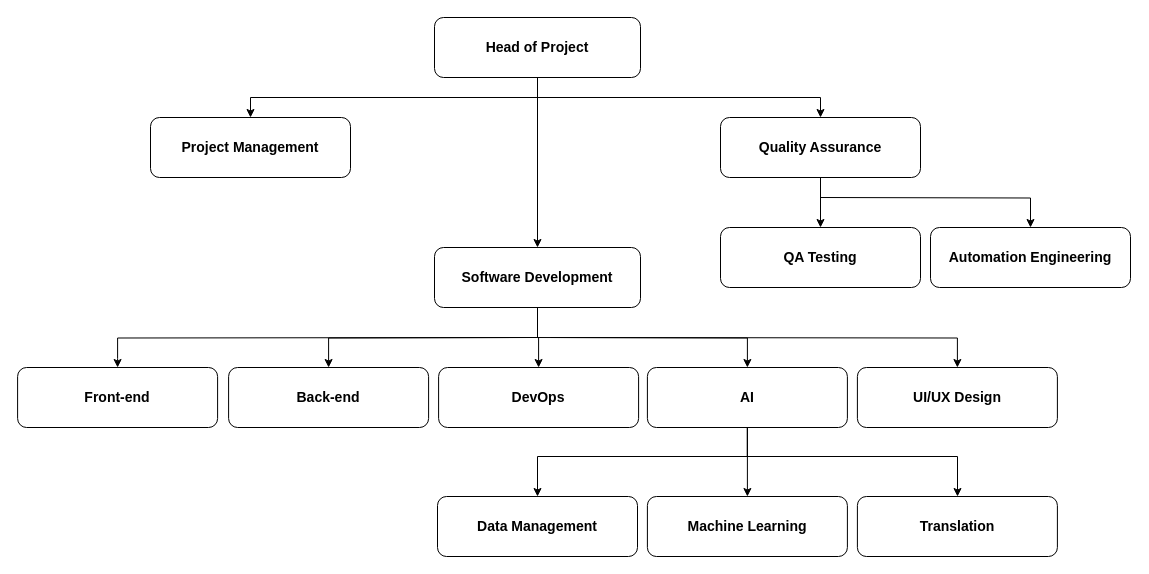
The draw.io diagram pmp.drawio in iirtrtrt/data, before the edit. Source tidied: cells renumbered, new cells numbered last; positions are measured from the earlier drawing's top-left corner, leaving out a move shared by most shapes. Both pictures are drawn from the tidied source at 100%, with x=0, y=0 at pixel (17, 17).
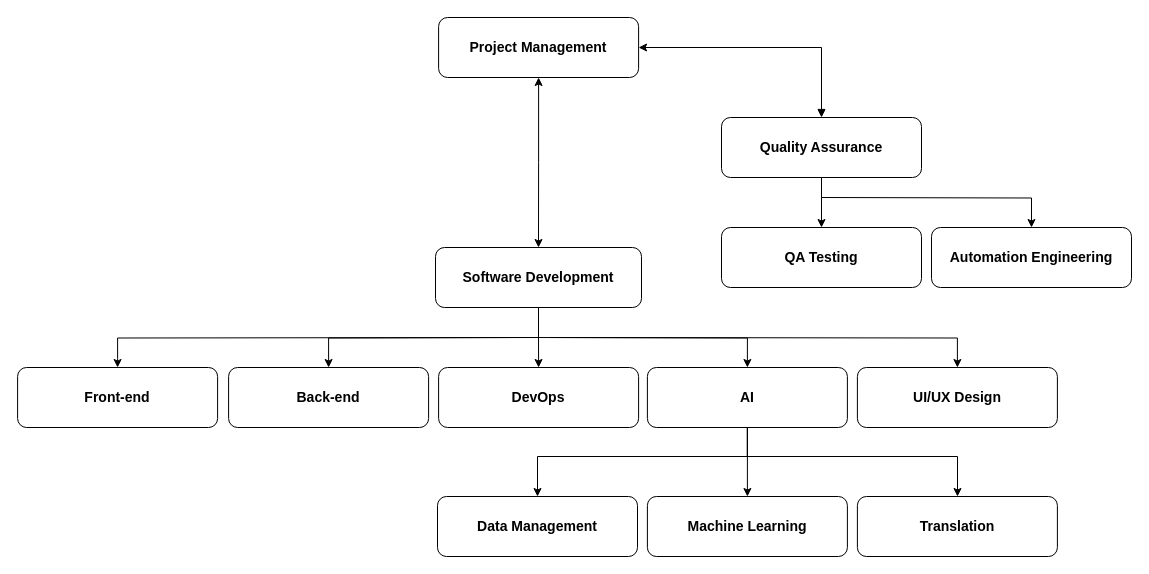
Above is the later version.

The edit, as a diff of the source:
```diff
@@
-    <mxCell id="2" style="edgeStyle=orthogonalEdgeStyle;rounded=0;jettySize=auto;html=1;entryX=0.5;entryY=0;entryDx=0;entryDy=0;" parent="1" edge="1" source="5" target="11">
+    <mxCell id="2" style="edgeStyle=orthogonalEdgeStyle;rounded=0;jettySize=auto;html=1;entryX=0.5;entryY=0;entryDx=0;entryDy=0;exitX=0.5;exitY=1;exitDx=0;exitDy=0;startArrow=classic;startFill=1;" parent="1" edge="1" source="12" target="11">
       <mxGeometry relative="1" as="geometry" />
     </mxCell>
-    <mxCell id="3" style="edgeStyle=orthogonalEdgeStyle;rounded=0;jettySize=auto;html=1;entryX=0.5;entryY=0;entryDx=0;entryDy=0;" parent="1" edge="1" source="5" target="12">
+    <mxCell id="3" style="edgeStyle=orthogonalEdgeStyle;rounded=0;jettySize=auto;html=1;entryX=1;entryY=0.5;entryDx=0;entryDy=0;exitX=0.5;exitY=0;exitDx=0;exitDy=0;startArrow=block;startFill=1;" parent="1" edge="1" source="15" target="12">
       <mxGeometry relative="1" as="geometry">
         <Array as="points">
-          <mxPoint x="520" y="80" />
-          <mxPoint x="233" y="80" />
+          <mxPoint x="804" y="30" />
         </Array>
       </mxGeometry>
     </mxCell>
-    <mxCell id="4" style="edgeStyle=orthogonalEdgeStyle;rounded=0;jettySize=auto;html=1;entryX=0.5;entryY=0;entryDx=0;entryDy=0;" parent="1" edge="1" source="5" target="15">
-      <mxGeometry relative="1" as="geometry">
-        <Array as="points">
-          <mxPoint x="520" y="80" />
-          <mxPoint x="803" y="80" />
-        </Array>
-      </mxGeometry>
-    </mxCell>
-    <mxCell id="5" value="&lt;span style=&quot;font-size: 14px;&quot;&gt;&lt;b&gt;Head of Project&lt;/b&gt;&lt;/span&gt;" style="rounded=1;whiteSpace=wrap;html=1;" parent="1" vertex="1">
-      <mxGeometry x="417" width="206" height="60" as="geometry" />
-    </mxCell>
@@
     <mxCell id="11" value="&lt;span style=&quot;font-size: 14px;&quot;&gt;&lt;b&gt;Software Development&lt;/b&gt;&lt;/span&gt;" style="rounded=1;whiteSpace=wrap;html=1;" parent="1" vertex="1">
-      <mxGeometry x="417" y="230" width="206" height="60" as="geometry" />
+      <mxGeometry x="418" y="230" width="206" height="60" as="geometry" />
     </mxCell>
     <mxCell id="12" value="&lt;span style=&quot;font-size: 14px;&quot;&gt;&lt;b&gt;Project Management&lt;/b&gt;&lt;/span&gt;" style="rounded=1;whiteSpace=wrap;html=1;" parent="1" vertex="1">
-      <mxGeometry x="133" y="100" width="200" height="60" as="geometry" />
+      <mxGeometry x="421.1" width="200" height="60" as="geometry" />
     </mxCell>
@@
     <mxCell id="14" style="edgeStyle=orthogonalEdgeStyle;rounded=0;jettySize=auto;html=1;entryX=0.5;entryY=0;entryDx=0;entryDy=0;" parent="1" edge="1" target="25">
       <mxGeometry relative="1" as="geometry">
-        <mxPoint x="803" y="180" as="sourcePoint" />
+        <mxPoint x="804" y="180" as="sourcePoint" />
       </mxGeometry>
     </mxCell>
     <mxCell id="15" value="&lt;span style=&quot;font-size: 14px;&quot;&gt;&lt;b&gt;Quality Assurance&lt;/b&gt;&lt;/span&gt;" style="rounded=1;whiteSpace=wrap;html=1;" parent="1" vertex="1">
-      <mxGeometry x="703" y="100" width="200" height="60" as="geometry" />
+      <mxGeometry x="704" y="100" width="200" height="60" as="geometry" />
     </mxCell>
@@
     <mxCell id="24" value="&lt;span style=&quot;font-size: 14px;&quot;&gt;&lt;b&gt;QA Testing&lt;/b&gt;&lt;/span&gt;" style="rounded=1;whiteSpace=wrap;html=1;" parent="1" vertex="1">
-      <mxGeometry x="703" y="210" width="200" height="60" as="geometry" />
+      <mxGeometry x="704" y="210" width="200" height="60" as="geometry" />
     </mxCell>
     <mxCell id="25" value="&lt;span style=&quot;font-size: 14px;&quot;&gt;&lt;b&gt;Automation Engineering&lt;/b&gt;&lt;/span&gt;" style="rounded=1;whiteSpace=wrap;html=1;" parent="1" vertex="1">
-      <mxGeometry x="913" y="210" width="200" height="60" as="geometry" />
+      <mxGeometry x="914" y="210" width="200" height="60" as="geometry" />
     </mxCell>
```
